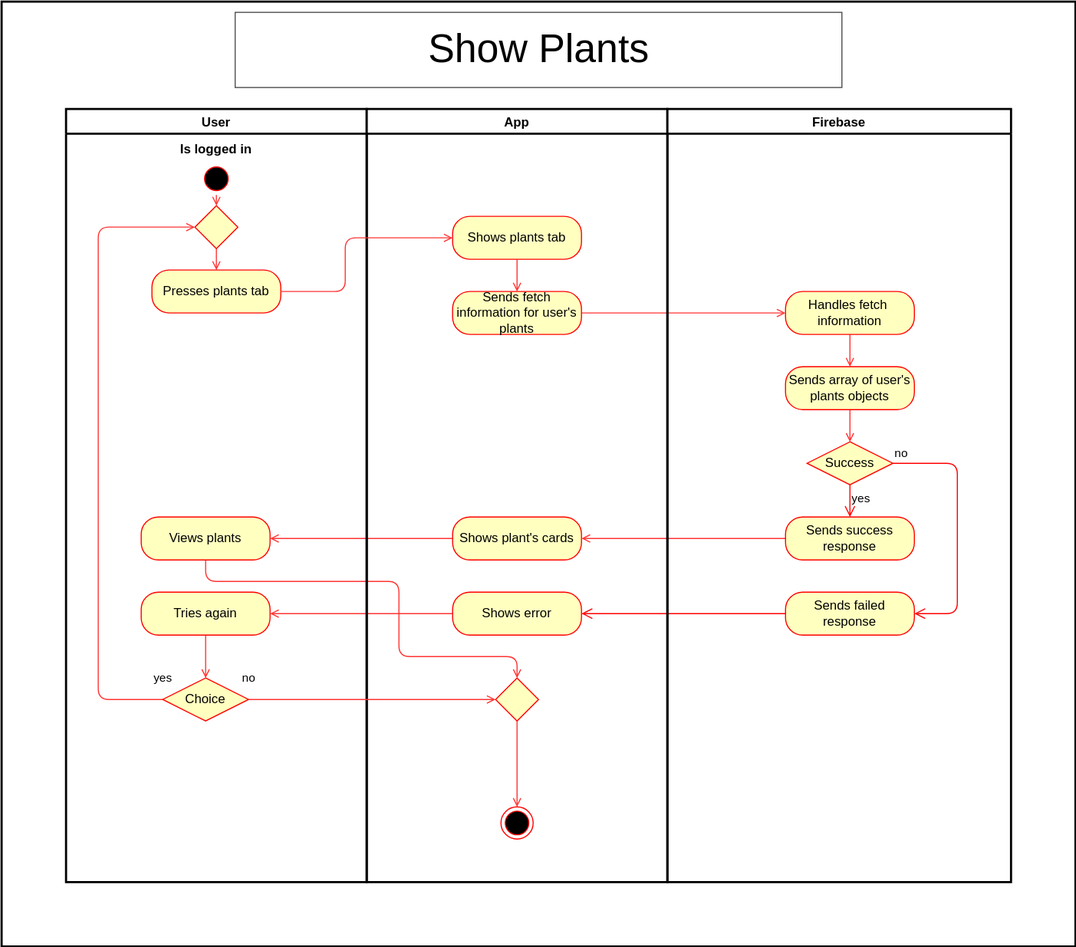
Green-Fingers-App/gardeningApp keeps this draw.io diagram as docs/assets/svg/useCaseDiagrams/showPlants.drawio.svg. Above is the earlier version. Source tidied: cells renumbered, new cells last; positions are measured from the earlier drawing's top-left corner, leaving out a move shared by most shapes.
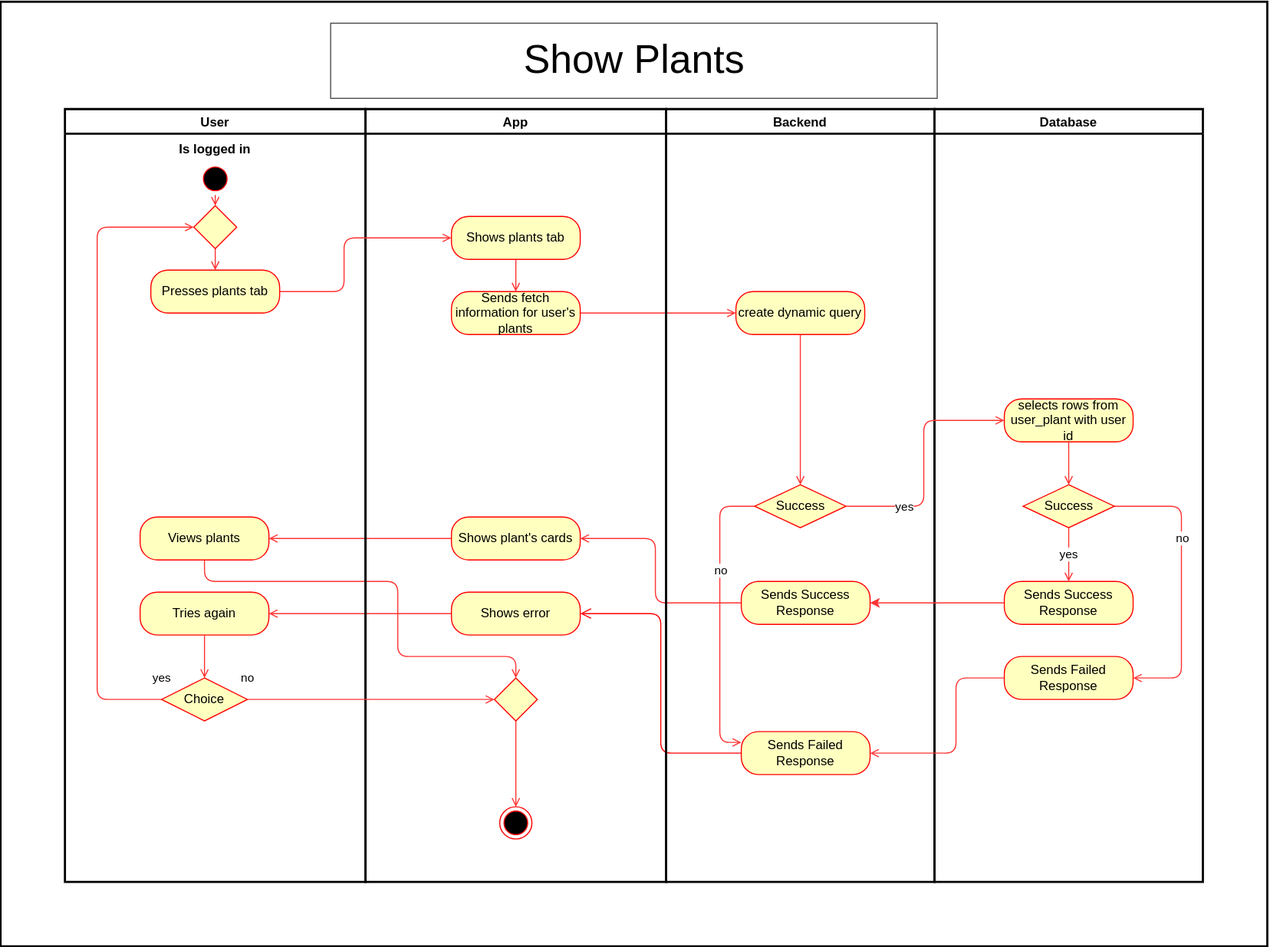
Above is the later version.

What changed in the source:
```diff
@@ -3,37 +3,15 @@
     <mxCell id="0" />
     <mxCell id="1" parent="0" />
     <mxCell id="2" style="whiteSpace=wrap;html=1;fillColor=#FFFFFF;strokeColor=#000000;strokeWidth=2;" parent="1" vertex="1">
-      <mxGeometry width="1000" height="880" as="geometry" />
+      <mxGeometry width="1180" height="880" as="geometry" />
     </mxCell>
     <mxCell id="3" value="&lt;font style=&quot;background-color: rgb(255, 255, 255); font-size: 37px;&quot; color=&quot;#000000&quot;&gt;Show Plants&lt;/font&gt;" style="rounded=0;whiteSpace=wrap;html=1;fillColor=#FFFFFF;strokeColor=#4D4D4D;" parent="1" vertex="1">
-      <mxGeometry x="217.5" y="10" width="565" height="70" as="geometry" />
+      <mxGeometry x="307.5" y="20" width="565" height="70" as="geometry" />
     </mxCell>
-    <mxCell id="4" style="edgeStyle=none;html=1;strokeColor=#FF3333;endArrow=open;endFill=0;" parent="1" edge="1" source="5" target="38">
-      <mxGeometry relative="1" as="geometry" />
-    </mxCell>
-    <mxCell id="5" value="Handles fetch&amp;nbsp; information" style="rounded=1;whiteSpace=wrap;html=1;arcSize=40;fontColor=#000000;fillColor=#ffffc0;strokeColor=#ff0000;" parent="1" vertex="1">
-      <mxGeometry x="730" y="270" width="120" height="40" as="geometry" />
-    </mxCell>
-    <mxCell id="6" style="edgeStyle=none;html=1;strokeColor=#FF3333;endArrow=open;endFill=0;" parent="1" edge="1" source="32" target="5">
+    <mxCell id="6" style="edgeStyle=none;html=1;strokeColor=#FF3333;endArrow=open;endFill=0;entryX=0;entryY=0.5;entryDx=0;entryDy=0;" parent="1" edge="1" source="32" target="45">
       <mxGeometry relative="1" as="geometry" />
     </mxCell>
-    <mxCell id="7" value="no" style="edgeStyle=orthogonalEdgeStyle;html=1;align=left;verticalAlign=bottom;endArrow=open;endSize=8;strokeColor=#ff0000;entryX=1;entryY=0.5;entryDx=0;entryDy=0;" parent="1" edge="1" source="39" target="9">
-      <mxGeometry x="-1" relative="1" as="geometry">
-        <Array as="points">
-          <mxPoint x="890" y="430" />
-          <mxPoint x="890" y="570" />
-        </Array>
-      </mxGeometry>
-    </mxCell>
-    <mxCell id="8" value="yes" style="edgeStyle=orthogonalEdgeStyle;html=1;align=left;verticalAlign=top;endArrow=open;endSize=8;strokeColor=#ff0000;" parent="1" edge="1" source="39">
-      <mxGeometry x="-1" relative="1" as="geometry">
-        <mxPoint x="790" y="480" as="targetPoint" />
-      </mxGeometry>
-    </mxCell>
-    <mxCell id="9" value="Sends failed response" style="rounded=1;whiteSpace=wrap;html=1;arcSize=40;fontColor=#000000;fillColor=#ffffc0;strokeColor=#ff0000;" parent="1" vertex="1">
-      <mxGeometry x="730" y="550" width="120" height="40" as="geometry" />
-    </mxCell>
-    <mxCell id="10" style="edgeStyle=orthogonalEdgeStyle;html=1;verticalAlign=bottom;endArrow=open;endSize=8;strokeColor=#ff0000;entryX=1;entryY=0.5;entryDx=0;entryDy=0;" parent="1" edge="1" source="9" target="12">
+    <mxCell id="10" style="edgeStyle=orthogonalEdgeStyle;html=1;verticalAlign=bottom;endArrow=open;endSize=8;strokeColor=#ff0000;entryX=1;entryY=0.5;entryDx=0;entryDy=0;exitX=0;exitY=0.5;exitDx=0;exitDy=0;" parent="1" edge="1" source="47" target="12">
       <mxGeometry relative="1" as="geometry" />
     </mxCell>
     <mxCell id="11" style="edgeStyle=none;html=1;entryX=1;entryY=0.5;entryDx=0;entryDy=0;strokeColor=#FF3333;endArrow=open;endFill=0;" parent="1" edge="1" source="12" target="19">
@@ -48,8 +26,13 @@
     <mxCell id="14" value="Shows plant's cards" style="rounded=1;whiteSpace=wrap;html=1;arcSize=40;fontColor=#000000;fillColor=#ffffc0;strokeColor=#ff0000;" parent="1" vertex="1">
       <mxGeometry x="420" y="480" width="120" height="40" as="geometry" />
     </mxCell>
-    <mxCell id="15" style="edgeStyle=none;html=1;entryX=1;entryY=0.5;entryDx=0;entryDy=0;strokeColor=#FF3333;endArrow=open;endFill=0;" parent="1" edge="1" source="40" target="14">
-      <mxGeometry relative="1" as="geometry" />
+    <mxCell id="15" style="edgeStyle=none;html=1;entryX=1;entryY=0.5;entryDx=0;entryDy=0;strokeColor=#FF3333;endArrow=open;endFill=0;exitX=0;exitY=0.5;exitDx=0;exitDy=0;" parent="1" edge="1" source="46" target="14">
+      <mxGeometry relative="1" as="geometry">
+        <Array as="points">
+          <mxPoint x="610" y="560" />
+          <mxPoint x="610" y="500" />
+        </Array>
+      </mxGeometry>
     </mxCell>
     <mxCell id="16" style="edgeStyle=none;html=1;entryX=0;entryY=0.5;entryDx=0;entryDy=0;strokeColor=#FF3333;endArrow=open;endFill=0;" parent="1" edge="1" source="17" target="34">
       <mxGeometry relative="1" as="geometry">
@@ -123,21 +106,6 @@
     <mxCell id="35" style="ellipse;html=1;shape=endState;fillColor=#000000;strokeColor=#ff0000;" parent="29" vertex="1">
       <mxGeometry x="125" y="650" width="30" height="30" as="geometry" />
     </mxCell>
-    <mxCell id="36" value="Firebase" style="swimlane;strokeColor=#000000;strokeWidth=2;fillColor=#FFFFFF;fontColor=#000000;" parent="1" vertex="1">
-      <mxGeometry x="620" y="100" width="320" height="720" as="geometry" />
-    </mxCell>
-    <mxCell id="37" style="edgeStyle=none;html=1;strokeColor=#FF3333;endArrow=open;endFill=0;" parent="36" edge="1" source="38" target="39">
-      <mxGeometry relative="1" as="geometry" />
-    </mxCell>
-    <mxCell id="38" value="Sends array of user's plants objects" style="rounded=1;whiteSpace=wrap;html=1;arcSize=40;fontColor=#000000;fillColor=#ffffc0;strokeColor=#ff0000;" parent="36" vertex="1">
-      <mxGeometry x="110" y="240" width="120" height="40" as="geometry" />
-    </mxCell>
-    <mxCell id="39" value="Success" style="rhombus;whiteSpace=wrap;html=1;fillColor=#ffffc0;strokeColor=#ff0000;" parent="36" vertex="1">
-      <mxGeometry x="130" y="310" width="80" height="40" as="geometry" />
-    </mxCell>
-    <mxCell id="40" value="Sends success response" style="rounded=1;whiteSpace=wrap;html=1;arcSize=40;fontColor=#000000;fillColor=#ffffc0;strokeColor=#ff0000;" parent="36" vertex="1">
-      <mxGeometry x="110" y="380" width="120" height="40" as="geometry" />
-    </mxCell>
     <mxCell id="41" style="edgeStyle=none;html=1;strokeColor=#FF3333;endArrow=open;endFill=0;" parent="1" edge="1" source="25" target="31">
       <mxGeometry relative="1" as="geometry">
         <Array as="points">
@@ -149,5 +117,92 @@
     <mxCell id="42" value="no" style="edgeStyle=none;html=1;entryX=0.5;entryY=1;entryDx=0;entryDy=0;strokeColor=#FF3333;endArrow=open;endFill=0;" parent="1" edge="1" source="28" target="34">
       <mxGeometry x="-1" y="20" relative="1" as="geometry" />
     </mxCell>
+    <mxCell id="43" value="Backend" style="swimlane;strokeColor=#050505;fillColor=#FFFFFF;fontColor=#050505;strokeWidth=2;" parent="1" vertex="1">
+      <mxGeometry x="620" y="100" width="250" height="720" as="geometry" />
+    </mxCell>
+    <mxCell id="44" style="edgeStyle=none;html=1;strokeColor=#FF3333;rounded=1;curved=0;endArrow=open;endFill=0;" parent="43" edge="1" source="45" target="50">
+      <mxGeometry relative="1" as="geometry" />
+    </mxCell>
+    <mxCell id="45" value="create dynamic query" style="rounded=1;whiteSpace=wrap;html=1;arcSize=40;fontColor=#000000;fillColor=#ffffc0;strokeColor=#ff0000;" parent="43" vertex="1">
+      <mxGeometry x="65" y="170" width="120" height="40" as="geometry" />
+    </mxCell>
+    <mxCell id="46" value="Sends Success Response" style="rounded=1;whiteSpace=wrap;html=1;arcSize=40;fontColor=#000000;fillColor=#ffffc0;strokeColor=#ff0000;" parent="43" vertex="1">
+      <mxGeometry x="70" y="440" width="120" height="40" as="geometry" />
+    </mxCell>
+    <mxCell id="47" value="Sends Failed Response" style="rounded=1;whiteSpace=wrap;html=1;arcSize=40;fontColor=#000000;fillColor=#ffffc0;strokeColor=#ff0000;" parent="43" vertex="1">
+      <mxGeometry x="70" y="580" width="120" height="40" as="geometry" />
+    </mxCell>
+    <mxCell id="48" style="edgeStyle=none;html=1;entryX=0;entryY=0.25;entryDx=0;entryDy=0;strokeColor=#FF3333;endArrow=open;endFill=0;" parent="43" edge="1" source="50" target="47">
+      <mxGeometry relative="1" as="geometry">
+        <Array as="points">
+          <mxPoint x="50" y="370" />
+          <mxPoint x="50" y="590" />
+        </Array>
+      </mxGeometry>
+    </mxCell>
+    <mxCell id="49" value="no" style="edgeLabel;html=1;align=center;verticalAlign=middle;" parent="48" vertex="1">
+      <mxGeometry x="-0.34" relative="1" as="geometry">
+        <mxPoint y="1" as="offset" />
+      </mxGeometry>
+    </mxCell>
+    <mxCell id="50" value="Success" style="rhombus;whiteSpace=wrap;html=1;fillColor=#ffffc0;strokeColor=#ff0000;" parent="43" vertex="1">
+      <mxGeometry x="82.5" y="350" width="85" height="40" as="geometry" />
+    </mxCell>
+    <mxCell id="51" value="Database" style="swimlane;strokeColor=#050505;fillColor=#FFFFFF;fontColor=#050505;strokeWidth=2;" parent="1" vertex="1">
+      <mxGeometry x="870" y="100" width="250" height="720" as="geometry" />
+    </mxCell>
+    <mxCell id="52" style="edgeStyle=none;html=1;entryX=0.5;entryY=0;entryDx=0;entryDy=0;strokeColor=#FF3333;endArrow=open;endFill=0;" parent="51" edge="1" source="53" target="59">
+      <mxGeometry relative="1" as="geometry" />
+    </mxCell>
+    <mxCell id="53" value="selects rows from user_plant with user id" style="rounded=1;whiteSpace=wrap;html=1;arcSize=40;fontColor=#000000;fillColor=#ffffc0;strokeColor=#ff0000;" parent="51" vertex="1">
+      <mxGeometry x="65" y="270" width="120" height="40" as="geometry" />
+    </mxCell>
+    <mxCell id="54" value="Sends Success Response" style="rounded=1;whiteSpace=wrap;html=1;arcSize=40;fontColor=#000000;fillColor=#ffffc0;strokeColor=#ff0000;" parent="51" vertex="1">
+      <mxGeometry x="65" y="440" width="120" height="40" as="geometry" />
+    </mxCell>
+    <mxCell id="55" value="Sends Failed Response" style="rounded=1;whiteSpace=wrap;html=1;arcSize=40;fontColor=#000000;fillColor=#ffffc0;strokeColor=#ff0000;" parent="51" vertex="1">
+      <mxGeometry x="65" y="510" width="120" height="40" as="geometry" />
+    </mxCell>
+    <mxCell id="56" value="yes" style="edgeStyle=none;html=1;entryX=0.5;entryY=0;entryDx=0;entryDy=0;exitX=0.5;exitY=1;exitDx=0;exitDy=0;strokeColor=#FF3333;endArrow=open;endFill=0;" parent="51" edge="1" source="59" target="54">
+      <mxGeometry relative="1" as="geometry" />
+    </mxCell>
+    <mxCell id="57" style="edgeStyle=none;html=1;entryX=1;entryY=0.5;entryDx=0;entryDy=0;strokeColor=#FF3333;endArrow=open;endFill=0;" parent="51" edge="1" source="59" target="55">
+      <mxGeometry relative="1" as="geometry">
+        <Array as="points">
+          <mxPoint x="230" y="370" />
+          <mxPoint x="230" y="530" />
+        </Array>
+      </mxGeometry>
+    </mxCell>
+    <mxCell id="58" value="no" style="edgeLabel;html=1;align=center;verticalAlign=middle;" parent="57" vertex="1">
+      <mxGeometry x="-0.31" relative="1" as="geometry" />
+    </mxCell>
+    <mxCell id="59" value="Success" style="rhombus;whiteSpace=wrap;html=1;fillColor=#ffffc0;strokeColor=#ff0000;" parent="51" vertex="1">
+      <mxGeometry x="82.5" y="350" width="85" height="40" as="geometry" />
+    </mxCell>
+    <mxCell id="60" style="edgeStyle=none;html=1;entryX=0;entryY=0.5;entryDx=0;entryDy=0;strokeColor=#FF3333;endArrow=open;endFill=0;" parent="1" edge="1" source="50" target="53">
+      <mxGeometry relative="1" as="geometry">
+        <Array as="points">
+          <mxPoint x="860" y="470" />
+          <mxPoint x="860" y="390" />
+        </Array>
+      </mxGeometry>
+    </mxCell>
+    <mxCell id="61" value="yes" style="edgeLabel;html=1;align=center;verticalAlign=middle;" parent="60" vertex="1">
+      <mxGeometry x="-0.54" relative="1" as="geometry">
+        <mxPoint x="1" as="offset" />
+      </mxGeometry>
+    </mxCell>
+    <mxCell id="62" style="edgeStyle=none;html=1;strokeColor=#FF3333;" parent="1" edge="1" source="54" target="46">
+      <mxGeometry relative="1" as="geometry" />
+    </mxCell>
+    <mxCell id="63" style="edgeStyle=none;html=1;entryX=1;entryY=0.5;entryDx=0;entryDy=0;strokeColor=#FF3333;endArrow=open;endFill=0;" parent="1" edge="1" source="55" target="47">
+      <mxGeometry relative="1" as="geometry">
+        <Array as="points">
+          <mxPoint x="890" y="630" />
+          <mxPoint x="890" y="700" />
+        </Array>
+      </mxGeometry>
+    </mxCell>
   </root>
 </mxGraphModel>
```
